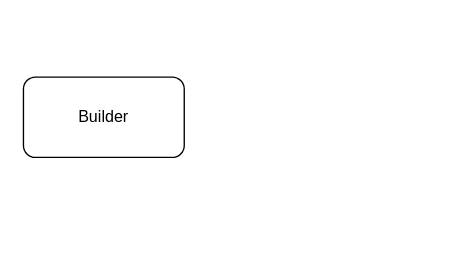
Above: test.drawio in lezw-1/builder (draw.io), before the change. Source tidied: cells renumbered, new cells numbered last; positions are measured from the earlier drawing's top-left corner, leaving out a move shared by most shapes. Both pictures are drawn from the tidied source at 134%, with x=0, y=0 at pixel (23, 76).
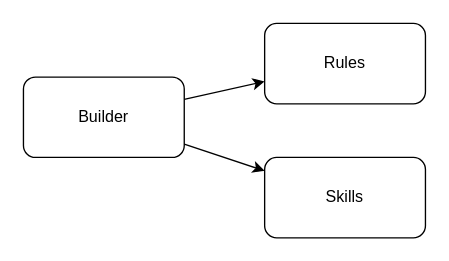
The same page after the edit.

Commit message:
add Rules and Skills to test diagram

Change to the diagram source:
```diff
@@
 <mxGraphModel>
   <root>
     <mxCell id="0" />
     <mxCell id="1" parent="0" />
     <mxCell id="2" value="Builder" style="rounded=1;whiteSpace=wrap;html=1;" parent="1" vertex="1">
       <mxGeometry width="120" height="60" as="geometry" />
     </mxCell>
+    <mxCell id="3" value="Rules" style="rounded=1;whiteSpace=wrap;html=1;" parent="1" vertex="1">
+      <mxGeometry x="180" y="-40" width="120" height="60" as="geometry" />
+    </mxCell>
+    <mxCell id="4" value="Skills" style="rounded=1;whiteSpace=wrap;html=1;" parent="1" vertex="1">
+      <mxGeometry x="180" y="60" width="120" height="60" as="geometry" />
+    </mxCell>
+    <mxCell id="5" parent="1" edge="1" source="2" target="3">
+      <mxGeometry relative="1" as="geometry" />
+    </mxCell>
+    <mxCell id="6" parent="1" edge="1" source="2" target="4">
+      <mxGeometry relative="1" as="geometry" />
+    </mxCell>
   </root>
 </mxGraphModel>
```
